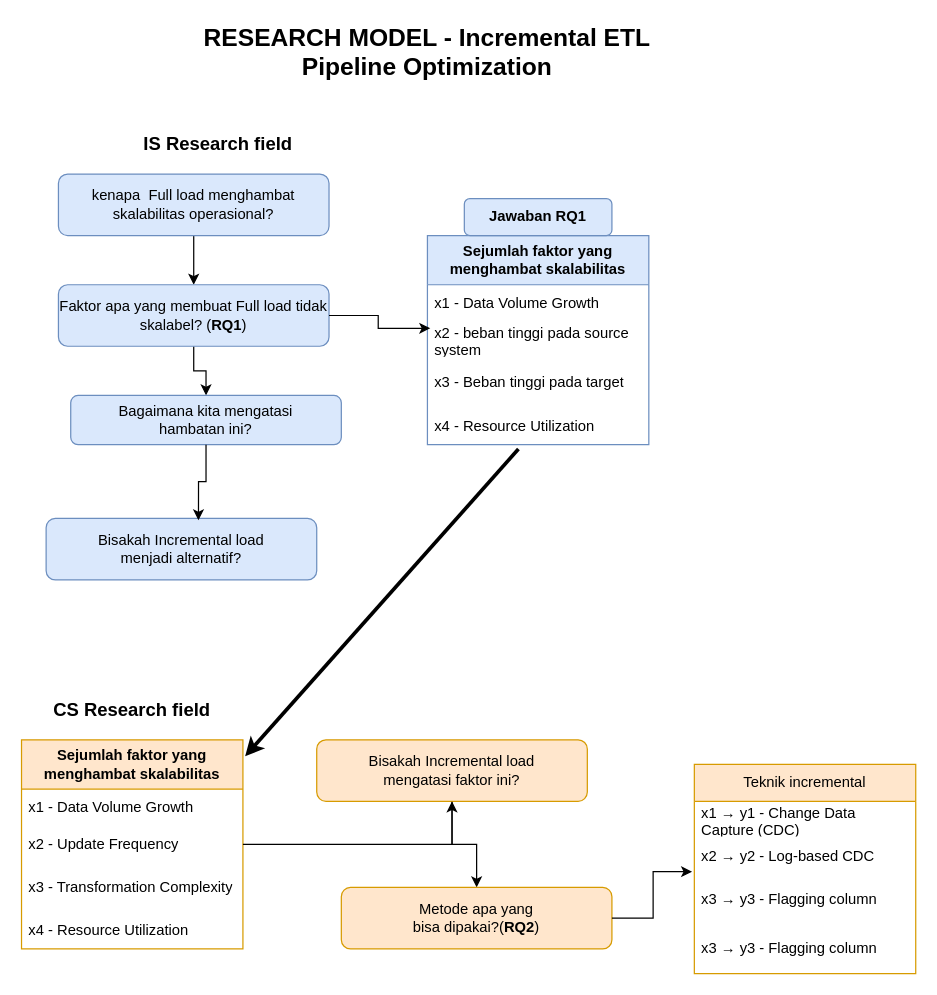
This is Rm-test.drawio from Rizkyhnkw/diagram, a draw.io file, before an edit. Source tidied: cells renumbered, new cells numbered last; positions are measured from the earlier drawing's top-left corner, leaving out a move shared by most shapes. Both pictures are drawn from the tidied source at 123%, with x=0, y=0 at pixel (21, 26).
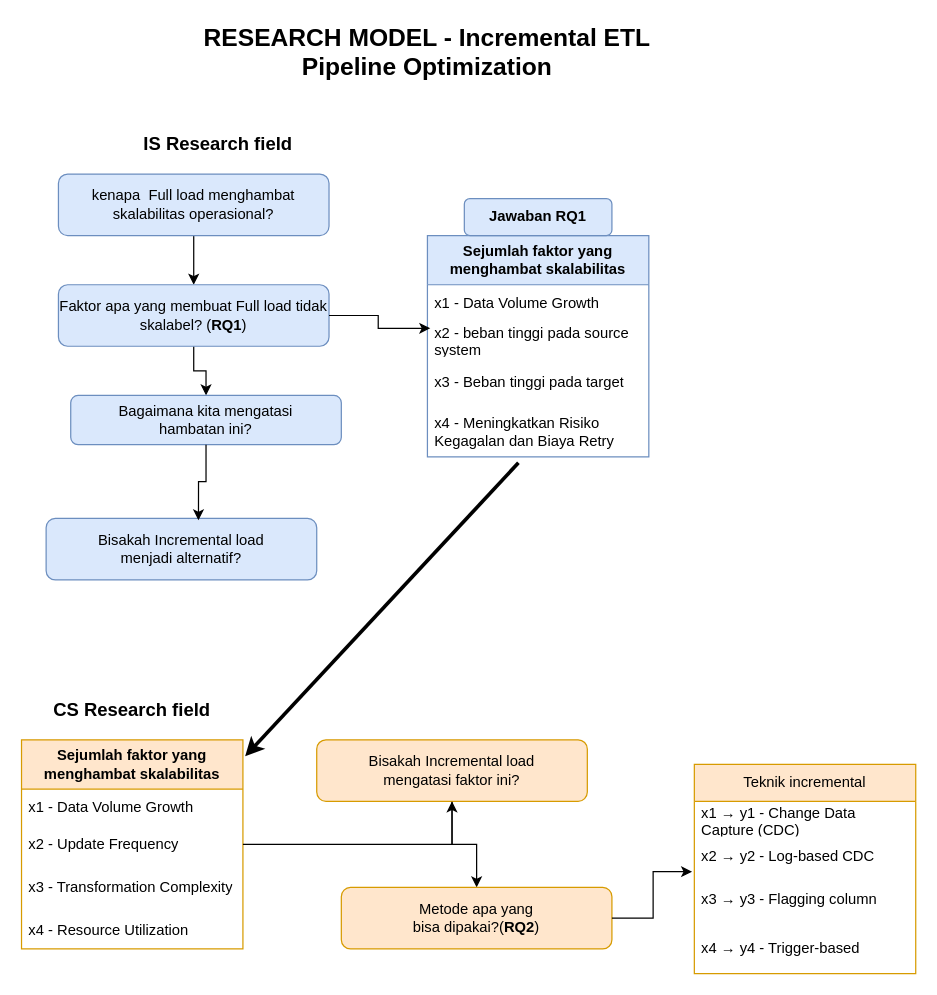
Above is the later version.

The change refers to these unchanged cells:
```xml
<mxCell id="8" value="Teknik incremental" style="swimlane;fontStyle=0;horizontal=1;startSize=30;whiteSpace=wrap;html=1;fillColor=#ffe6cc;strokeColor=#d79b00;" parent="1" vertex="1">
  <mxGeometry x="547" y="600" width="180" height="170" as="geometry" />
</mxCell>
```

Diff of the diagram source:
```diff
@@
     <mxCell id="3" value="&lt;div&gt;&lt;b&gt;Sejumlah faktor yang&lt;/b&gt;&lt;/div&gt;&lt;div&gt;&lt;b&gt;menghambat skalabilitas&lt;/b&gt;&lt;/div&gt;" style="swimlane;fontStyle=0;horizontal=1;startSize=40;whiteSpace=wrap;html=1;fillColor=#dae8fc;strokeColor=#6c8ebf;" parent="1" vertex="1">
-      <mxGeometry x="330" y="170" width="180" height="170" as="geometry" />
+      <mxGeometry x="330" y="170" width="180" height="180" as="geometry" />
     </mxCell>
@@
-    <mxCell id="7" value="x4 - Resource Utilization" style="text;strokeColor=none;fillColor=none;align=left;verticalAlign=middle;spacingLeft=4;spacingRight=4;overflow=hidden;points=[[0,0.5],[1,0.5]];portConstraint=eastwest;whiteSpace=wrap;html=1;" parent="3" vertex="1">
-      <mxGeometry y="140" width="180" height="30" as="geometry" />
+    <mxCell id="7" value="x4 -&amp;nbsp;&lt;span&gt;Meningkatkan Risiko Kegagalan dan Biaya Retry&lt;/span&gt;" style="text;strokeColor=none;fillColor=none;align=left;verticalAlign=middle;spacingLeft=4;spacingRight=4;overflow=hidden;points=[[0,0.5],[1,0.5]];portConstraint=eastwest;whiteSpace=wrap;html=1;" parent="3" vertex="1">
+      <mxGeometry y="140" width="180" height="40" as="geometry" />
     </mxCell>
@@
-    <mxCell id="12" value="x3 → y3 - Flagging column" style="text;strokeColor=none;fillColor=none;align=left;verticalAlign=middle;spacingLeft=4;spacingRight=4;overflow=hidden;whiteSpace=wrap;html=1;" parent="8" vertex="1">
+    <mxCell id="12" value="x4 → y4 - Trigger-based" style="text;strokeColor=none;fillColor=none;align=left;verticalAlign=middle;spacingLeft=4;spacingRight=4;overflow=hidden;whiteSpace=wrap;html=1;" parent="8" vertex="1">
       <mxGeometry y="130" width="180" height="40" as="geometry" />
     </mxCell>
```
